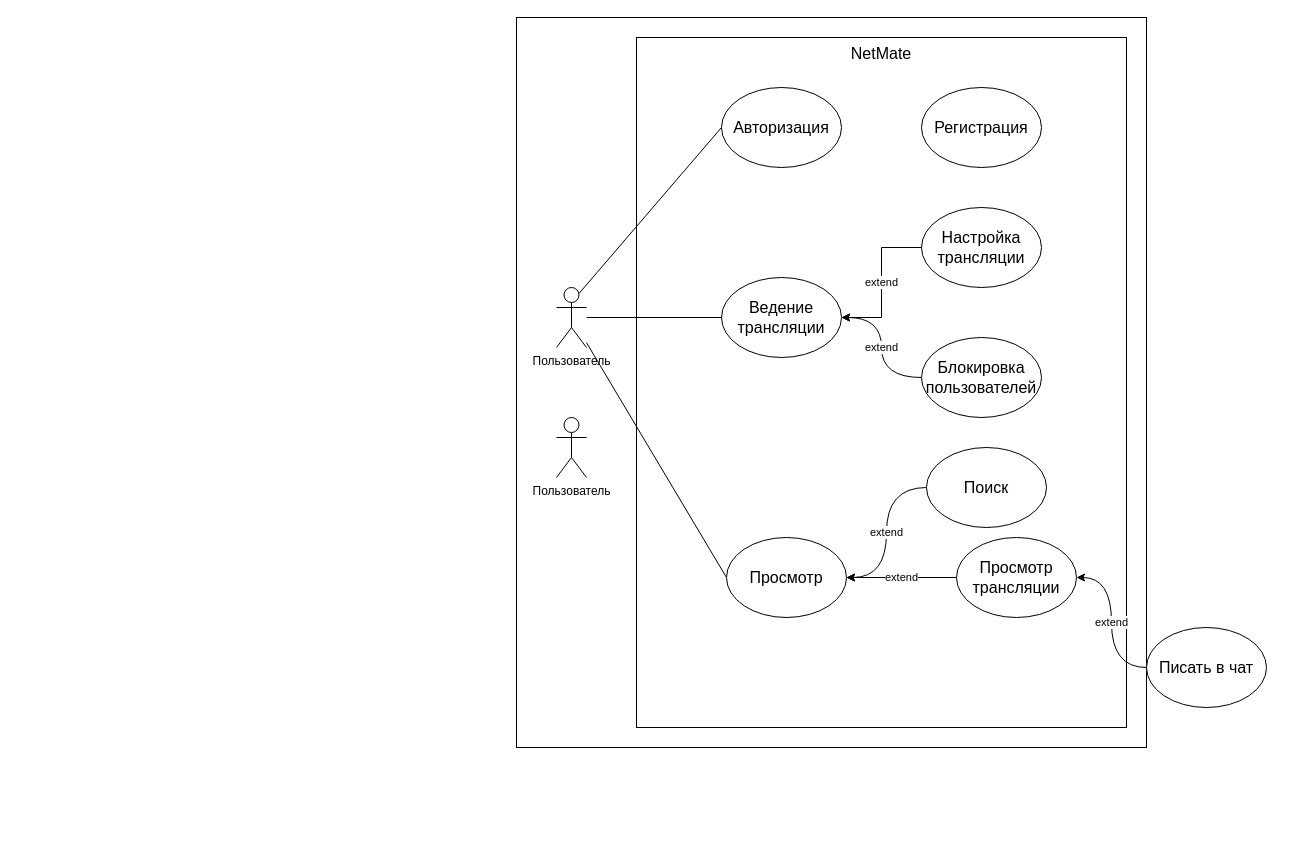
Above: Курсовая Работа/Определение требований/Варианты использования.drawio in FaceMan01/Homework (draw.io), before the change. Source tidied: cells renumbered, new cells numbered last; positions are measured from the earlier drawing's top-left corner, leaving out a move shared by most shapes. Both pictures are drawn from the tidied source at 100%, with x=0, y=0 at pixel (516, 17).
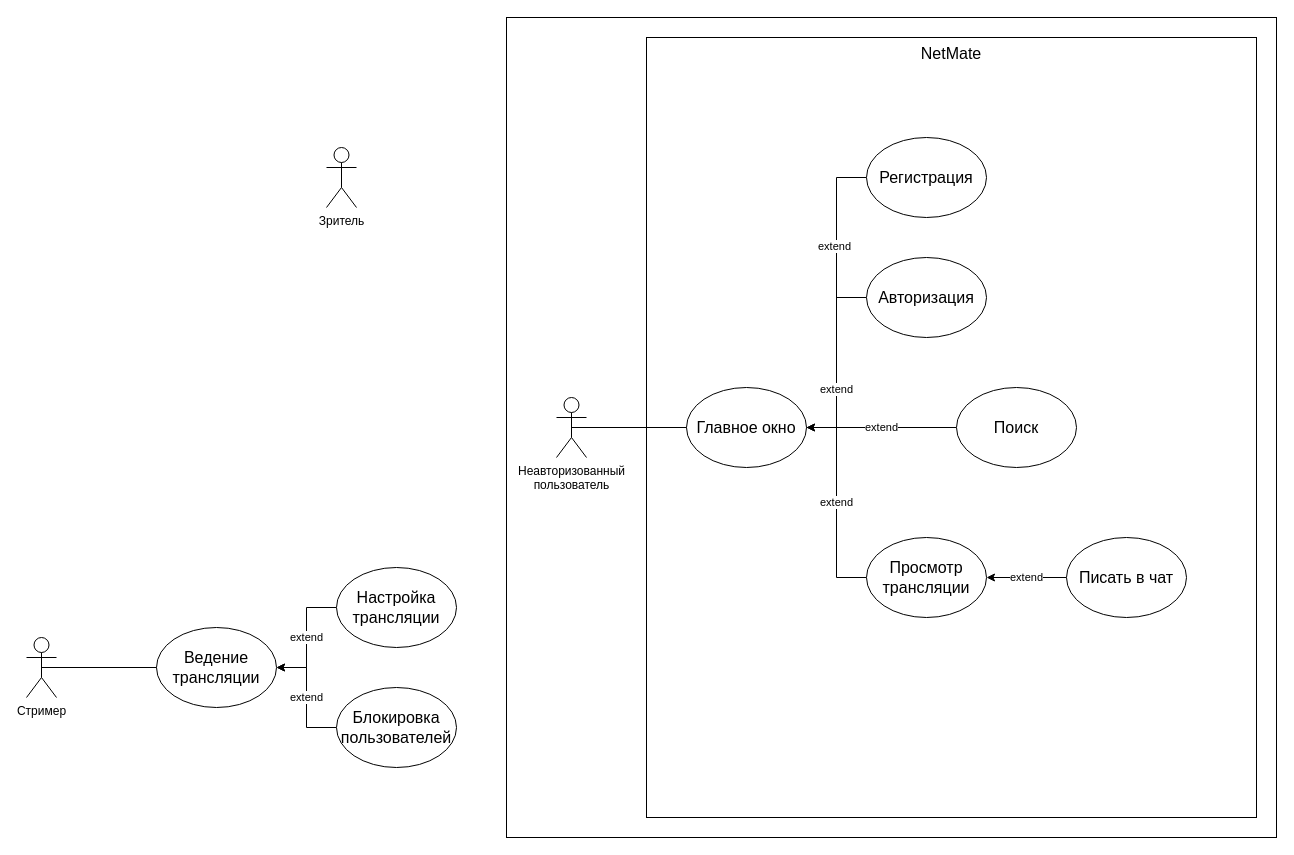
Above is the later version.

The edit, as a diff of the source:
```diff
@@
     <mxCell id="2" style="rounded=0;whiteSpace=wrap;html=1;" parent="1" vertex="1">
-      <mxGeometry width="630" height="730" as="geometry" />
+      <mxGeometry x="-10" width="770" height="820" as="geometry" />
     </mxCell>
     <mxCell id="3" value="&lt;span style=&quot;font-size: 16px;&quot;&gt;NetMate&lt;/span&gt;" style="rounded=0;whiteSpace=wrap;html=1;fillColor=none;horizontal=1;verticalAlign=top;" parent="1" vertex="1">
-      <mxGeometry x="120" y="20" width="490" height="690" as="geometry" />
+      <mxGeometry x="130" y="20" width="610" height="780" as="geometry" />
     </mxCell>
-    <mxCell id="4" style="rounded=1;jettySize=auto;html=1;exitX=0.75;exitY=0.1;exitDx=0;exitDy=0;exitPerimeter=0;entryX=0;entryY=0.5;entryDx=0;entryDy=0;strokeColor=default;elbow=vertical;endArrow=none;endFill=0;" parent="1" edge="1" source="5" target="20">
-      <mxGeometry relative="1" as="geometry" />
-    </mxCell>
-    <mxCell id="5" value="Пользователь" style="shape=umlActor;verticalLabelPosition=bottom;verticalAlign=top;html=1;outlineConnect=0;" parent="1" vertex="1">
-      <mxGeometry x="40" y="270" width="30" height="60" as="geometry" />
+    <mxCell id="5" value="Зритель" style="shape=umlActor;verticalLabelPosition=bottom;verticalAlign=top;html=1;outlineConnect=0;" parent="1" vertex="1">
+      <mxGeometry x="-190" y="130" width="30" height="60" as="geometry" />
     </mxCell>
-    <mxCell id="6" style="rounded=0;jettySize=auto;html=1;exitX=0;exitY=0.5;exitDx=0;exitDy=0;endArrow=none;endFill=0;" parent="1" edge="1" source="7" target="5">
-      <mxGeometry relative="1" as="geometry" />
-    </mxCell>
     <mxCell id="7" value="&lt;span style=&quot;font-size: 16px;&quot;&gt;Ведение трансляции&lt;/span&gt;" style="ellipse;whiteSpace=wrap;html=1;" parent="1" vertex="1">
-      <mxGeometry x="205" y="260" width="120" height="80" as="geometry" />
+      <mxGeometry x="-360" y="610" width="120" height="80" as="geometry" />
     </mxCell>
-    <mxCell id="8" style="rounded=0;jettySize=auto;html=1;exitX=0;exitY=0.5;exitDx=0;exitDy=0;endArrow=none;endFill=0;" parent="1" edge="1" source="9" target="5">
-      <mxGeometry relative="1" as="geometry" />
-    </mxCell>
+    <mxCell id="23" style="edgeStyle=orthogonalEdgeStyle;rounded=0;jettySize=auto;html=1;exitX=1;exitY=0.5;exitDx=0;exitDy=0;entryX=0;entryY=0.5;entryDx=0;entryDy=0;endArrow=none;endFill=0;" parent="1" edge="1" source="9" target="21">
+      <mxGeometry relative="1" as="geometry" />
+    </mxCell>
+    <mxCell id="24" value="extend" style="edgeLabel;html=1;align=center;verticalAlign=middle;" parent="23" vertex="1">
+      <mxGeometry x="0.37" y="3" relative="1" as="geometry" />
+    </mxCell>
+    <mxCell id="25" style="edgeStyle=orthogonalEdgeStyle;rounded=0;jettySize=auto;html=1;exitX=1;exitY=0.5;exitDx=0;exitDy=0;entryX=0;entryY=0.5;entryDx=0;entryDy=0;endArrow=none;endFill=0;" parent="1" edge="1" source="9" target="20">
+      <mxGeometry relative="1" as="geometry" />
+    </mxCell>
+    <mxCell id="26" value="extend" style="edgeLabel;html=1;align=center;verticalAlign=middle;" parent="25" vertex="1">
+      <mxGeometry x="-0.27" y="1" relative="1" as="geometry" />
+    </mxCell>
-    <mxCell id="9" value="&lt;font style=&quot;font-size: 16px;&quot;&gt;Просмотр&lt;/font&gt;" style="ellipse;whiteSpace=wrap;html=1;" parent="1" vertex="1">
-      <mxGeometry x="210" y="520" width="120" height="80" as="geometry" />
+    <mxCell id="9" value="&lt;font style=&quot;font-size: 16px;&quot;&gt;Главное окно&lt;/font&gt;" style="ellipse;whiteSpace=wrap;html=1;" parent="1" vertex="1">
+      <mxGeometry x="170" y="370" width="120" height="80" as="geometry" />
     </mxCell>
-    <mxCell id="10" value="extend" style="edgeStyle=orthogonalEdgeStyle;rounded=0;jettySize=auto;html=1;exitX=0;exitY=0.5;exitDx=0;exitDy=0;entryX=1;entryY=0.5;entryDx=0;entryDy=0;curved=1;startArrow=none;startFill=0;endArrow=classic;endFill=1;" parent="1" edge="1" source="11" target="9">
+    <mxCell id="10" value="extend" style="edgeStyle=orthogonalEdgeStyle;rounded=0;jettySize=auto;html=1;exitX=0;exitY=0.5;exitDx=0;exitDy=0;entryX=1;entryY=0.5;entryDx=0;entryDy=0;curved=0;startArrow=none;startFill=0;endArrow=classic;endFill=1;" parent="1" edge="1" source="11" target="9">
       <mxGeometry relative="1" as="geometry" />
     </mxCell>
     <mxCell id="11" value="&lt;font style=&quot;font-size: 16px;&quot;&gt;Поиск&lt;/font&gt;" style="ellipse;whiteSpace=wrap;html=1;" parent="1" vertex="1">
-      <mxGeometry x="410" y="430" width="120" height="80" as="geometry" />
+      <mxGeometry x="440" y="370" width="120" height="80" as="geometry" />
     </mxCell>
-    <mxCell id="12" value="extend" style="edgeStyle=orthogonalEdgeStyle;rounded=0;jettySize=auto;html=1;exitX=0;exitY=0.5;exitDx=0;exitDy=0;entryX=1;entryY=0.5;entryDx=0;entryDy=0;curved=1;startArrow=none;startFill=0;endArrow=classic;endFill=1;" parent="1" edge="1" source="17" target="16">
+    <mxCell id="12" value="extend" style="edgeStyle=orthogonalEdgeStyle;rounded=0;jettySize=auto;html=1;exitX=0;exitY=0.5;exitDx=0;exitDy=0;entryX=1;entryY=0.5;entryDx=0;entryDy=0;curved=0;startArrow=none;startFill=0;endArrow=classic;endFill=1;" parent="1" edge="1" source="17" target="16">
       <mxGeometry relative="1" as="geometry" />
     </mxCell>
@@
     <mxCell id="14" value="&lt;font style=&quot;font-size: 16px;&quot;&gt;Настройка трансляции&lt;/font&gt;" style="ellipse;whiteSpace=wrap;html=1;" parent="1" vertex="1">
-      <mxGeometry x="405" y="190" width="120" height="80" as="geometry" />
+      <mxGeometry x="-180" y="550" width="120" height="80" as="geometry" />
     </mxCell>
@@
     <mxCell id="16" value="&lt;span style=&quot;font-size: 16px;&quot;&gt;Просмотр трансляции&lt;/span&gt;" style="ellipse;whiteSpace=wrap;html=1;" parent="1" vertex="1">
-      <mxGeometry x="440" y="520" width="120" height="80" as="geometry" />
+      <mxGeometry x="350" y="520" width="120" height="80" as="geometry" />
     </mxCell>
     <mxCell id="17" value="&lt;font style=&quot;font-size: 16px;&quot;&gt;Писать в чат&lt;/font&gt;" style="ellipse;whiteSpace=wrap;html=1;" parent="1" vertex="1">
-      <mxGeometry x="630" y="610" width="120" height="80" as="geometry" />
+      <mxGeometry x="550" y="520" width="120" height="80" as="geometry" />
     </mxCell>
-    <mxCell id="18" value="extend" style="edgeStyle=orthogonalEdgeStyle;rounded=0;jettySize=auto;html=1;exitX=0;exitY=0.5;exitDx=0;exitDy=0;entryX=1;entryY=0.5;entryDx=0;entryDy=0;curved=1;" parent="1" edge="1" source="19" target="7">
+    <mxCell id="18" value="extend" style="edgeStyle=orthogonalEdgeStyle;rounded=0;jettySize=auto;html=1;exitX=0;exitY=0.5;exitDx=0;exitDy=0;entryX=1;entryY=0.5;entryDx=0;entryDy=0;curved=0;" parent="1" edge="1" source="19" target="7">
       <mxGeometry relative="1" as="geometry" />
     </mxCell>
     <mxCell id="19" value="&lt;font style=&quot;font-size: 16px;&quot;&gt;Блокировка пользователей&lt;/font&gt;" style="ellipse;whiteSpace=wrap;html=1;" parent="1" vertex="1">
-      <mxGeometry x="405" y="320" width="120" height="80" as="geometry" />
+      <mxGeometry x="-180" y="670" width="120" height="80" as="geometry" />
     </mxCell>
     <mxCell id="20" value="&lt;span style=&quot;font-size: 16px;&quot;&gt;Авторизация&lt;/span&gt;" style="ellipse;whiteSpace=wrap;html=1;" parent="1" vertex="1">
-      <mxGeometry x="205" y="70" width="120" height="80" as="geometry" />
+      <mxGeometry x="350" y="240" width="120" height="80" as="geometry" />
     </mxCell>
     <mxCell id="21" value="&lt;span style=&quot;font-size: 16px;&quot;&gt;Регистрация&lt;/span&gt;" style="ellipse;whiteSpace=wrap;html=1;" parent="1" vertex="1">
-      <mxGeometry x="405" y="70" width="120" height="80" as="geometry" />
+      <mxGeometry x="350" y="120" width="120" height="80" as="geometry" />
     </mxCell>
+    <mxCell id="27" style="edgeStyle=orthogonalEdgeStyle;rounded=0;jettySize=auto;html=1;exitX=0.5;exitY=0.5;exitDx=0;exitDy=0;exitPerimeter=0;entryX=0;entryY=0.5;entryDx=0;entryDy=0;endArrow=none;endFill=0;" parent="1" edge="1" source="22" target="7">
+      <mxGeometry relative="1" as="geometry" />
+    </mxCell>
-    <mxCell id="22" value="Пользователь" style="shape=umlActor;verticalLabelPosition=bottom;verticalAlign=top;html=1;outlineConnect=0;" parent="1" vertex="1">
-      <mxGeometry x="40" y="400" width="30" height="60" as="geometry" />
+    <mxCell id="22" value="Стример" style="shape=umlActor;verticalLabelPosition=bottom;verticalAlign=top;html=1;outlineConnect=0;" parent="1" vertex="1">
+      <mxGeometry x="-490" y="620" width="30" height="60" as="geometry" />
     </mxCell>
+    <mxCell id="28" style="edgeStyle=orthogonalEdgeStyle;rounded=0;jettySize=auto;html=1;exitX=0.5;exitY=0.5;exitDx=0;exitDy=0;exitPerimeter=0;entryX=0;entryY=0.5;entryDx=0;entryDy=0;endArrow=none;endFill=0;" parent="1" edge="1" source="29" target="9">
+      <mxGeometry relative="1" as="geometry" />
+    </mxCell>
+    <mxCell id="29" value="Неавторизованный&lt;div&gt;пользователь&lt;/div&gt;" style="shape=umlActor;verticalLabelPosition=bottom;verticalAlign=top;html=1;outlineConnect=0;" parent="1" vertex="1">
+      <mxGeometry x="40" y="380" width="30" height="60" as="geometry" />
+    </mxCell>
```
